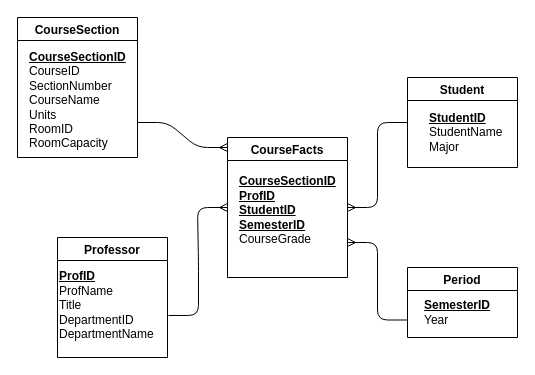
This is Star_schema.drawio from carlota-castro/DataManagement, a draw.io file, before an edit. Source tidied: cells renumbered, new cells numbered last; positions are measured from the earlier drawing's top-left corner, leaving out a move shared by most shapes. Both pictures are drawn from the tidied source at 100%, with x=0, y=0 at pixel (17, 17).
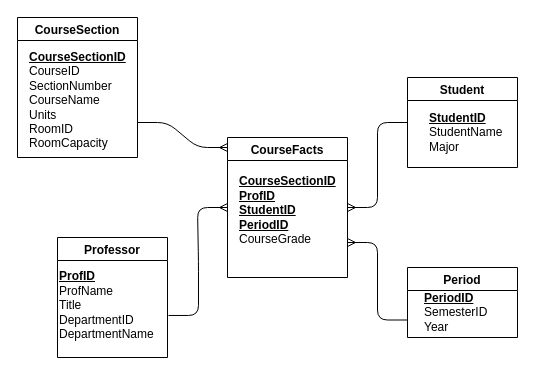
After the change.

The edit, as a diff of the source:
```diff
@@
 <mxGraphModel>
   <root>
     <mxCell id="0" />
     <mxCell id="1" parent="0" />
     <mxCell id="2" value="CourseSection" style="swimlane;" parent="1" vertex="1">
       <mxGeometry width="120" height="140" as="geometry" />
     </mxCell>
     <mxCell id="3" value="&lt;u style=&quot;font-weight: bold&quot;&gt;CourseSectionID&lt;/u&gt;&lt;br&gt;&lt;div&gt;CourseID&lt;/div&gt;&lt;div&gt;SectionNumber&lt;/div&gt;&lt;div&gt;CourseName&lt;/div&gt;&lt;div&gt;Units&lt;/div&gt;&lt;div&gt;RoomID&lt;/div&gt;&lt;div&gt;RoomCapacity&lt;/div&gt;&lt;div&gt;&lt;br&gt;&lt;/div&gt;" style="text;html=1;align=left;verticalAlign=middle;" parent="2" vertex="1">
       <mxGeometry x="10" y="30" width="110" height="120" as="geometry" />
     </mxCell>
     <mxCell id="4" value="Professor" style="swimlane;" parent="1" vertex="1">
       <mxGeometry x="40" y="220" width="110" height="120" as="geometry" />
     </mxCell>
     <mxCell id="5" value="&lt;u style=&quot;font-weight: bold&quot;&gt;ProfID&lt;/u&gt;&lt;br&gt;&lt;div&gt;ProfName&lt;/div&gt;&lt;div&gt;&lt;span&gt;Title&lt;/span&gt;&lt;/div&gt;&lt;div&gt;&lt;span&gt;DepartmentID&lt;/span&gt;&lt;/div&gt;&lt;div&gt;DepartmentName&lt;/div&gt;&lt;div&gt;&lt;br&gt;&lt;/div&gt;" style="text;html=1;align=left;verticalAlign=middle;points=[];" parent="4" vertex="1">
       <mxGeometry y="30" width="110" height="90" as="geometry" />
     </mxCell>
     <mxCell id="6" value="Student" style="swimlane;" parent="1" vertex="1">
       <mxGeometry x="390" y="60" width="110" height="90" as="geometry" />
     </mxCell>
     <mxCell id="7" value="&lt;u style=&quot;font-weight: bold&quot;&gt;StudentID&lt;/u&gt;&lt;br&gt;StudentName&lt;br&gt;Major" style="text;html=1;align=left;verticalAlign=middle;" parent="6" vertex="1">
       <mxGeometry x="20" y="30" width="90" height="50" as="geometry" />
     </mxCell>
     <mxCell id="8" value="Period" style="swimlane;" parent="1" vertex="1">
       <mxGeometry x="390" y="250" width="110" height="70" as="geometry" />
     </mxCell>
-    <mxCell id="9" value="&lt;u style=&quot;font-weight: bold&quot;&gt;SemesterID&lt;/u&gt;&lt;br&gt;Year" style="text;html=1;align=left;verticalAlign=middle;" parent="8" vertex="1">
-      <mxGeometry x="15" y="30" width="80" height="30" as="geometry" />
+    <mxCell id="9" value="&lt;u style=&quot;font-weight: bold&quot;&gt;PeriodID&lt;br&gt;&lt;/u&gt;SemesterID&lt;br&gt;Year" style="text;html=1;align=left;verticalAlign=middle;" parent="8" vertex="1">
+      <mxGeometry x="15" y="20" width="80" height="50" as="geometry" />
     </mxCell>
     <mxCell id="10" style="edgeStyle=entityRelationEdgeStyle;fontSize=12;html=1;endArrow=ERmany;entryX=0;entryY=0.5;entryDx=0;entryDy=0;exitX=1.009;exitY=0.533;exitDx=0;exitDy=0;exitPerimeter=0;" parent="1" edge="1" source="5" target="12">
       <mxGeometry relative="1" as="geometry" />
     </mxCell>
     <mxCell id="11" style="edgeStyle=entityRelationEdgeStyle;fontSize=12;html=1;endArrow=ERmany;exitX=1;exitY=0.75;exitDx=0;exitDy=0;" parent="1" edge="1" source="2">
       <mxGeometry relative="1" as="geometry">
         <mxPoint x="210" y="130" as="targetPoint" />
       </mxGeometry>
     </mxCell>
     <mxCell id="12" value="CourseFacts" style="swimlane;" parent="1" vertex="1">
       <mxGeometry x="210" y="120" width="120" height="140" as="geometry" />
     </mxCell>
-    <mxCell id="13" value="&lt;u style=&quot;font-weight: bold&quot;&gt;CourseSectionID&lt;br&gt;&lt;/u&gt;&lt;div&gt;&lt;b&gt;&lt;u&gt;ProfID&lt;/u&gt;&lt;/b&gt;&lt;/div&gt;&lt;div&gt;&lt;b&gt;&lt;u&gt;StudentID&lt;/u&gt;&lt;/b&gt;&lt;/div&gt;&lt;div&gt;&lt;b&gt;&lt;u&gt;SemesterID&lt;/u&gt;&lt;/b&gt;&lt;/div&gt;&lt;div&gt;CourseGrade&lt;/div&gt;&lt;div&gt;&lt;br&gt;&lt;/div&gt;" style="text;html=1;align=left;verticalAlign=middle;" parent="12" vertex="1">
+    <mxCell id="13" value="&lt;u style=&quot;font-weight: bold&quot;&gt;CourseSectionID&lt;br&gt;&lt;/u&gt;&lt;div&gt;&lt;b&gt;&lt;u&gt;ProfID&lt;/u&gt;&lt;/b&gt;&lt;/div&gt;&lt;div&gt;&lt;b&gt;&lt;u&gt;StudentID&lt;/u&gt;&lt;/b&gt;&lt;/div&gt;&lt;div&gt;&lt;b&gt;&lt;u&gt;PeriodID&lt;/u&gt;&lt;/b&gt;&lt;/div&gt;&lt;div&gt;CourseGrade&lt;/div&gt;&lt;div&gt;&lt;br&gt;&lt;/div&gt;" style="text;html=1;align=left;verticalAlign=middle;" parent="12" vertex="1">
       <mxGeometry x="10" y="35" width="110" height="90" as="geometry" />
     </mxCell>
     <mxCell id="14" style="edgeStyle=entityRelationEdgeStyle;fontSize=12;html=1;endArrow=ERmany;exitX=0;exitY=0.75;exitDx=0;exitDy=0;entryX=1;entryY=0.75;entryDx=0;entryDy=0;" parent="1" edge="1" source="8" target="12">
       <mxGeometry relative="1" as="geometry" />
     </mxCell>
     <mxCell id="15" style="edgeStyle=entityRelationEdgeStyle;fontSize=12;html=1;endArrow=ERmany;exitX=0;exitY=0.5;exitDx=0;exitDy=0;entryX=1;entryY=0.5;entryDx=0;entryDy=0;" parent="1" edge="1" source="6" target="12">
       <mxGeometry relative="1" as="geometry" />
     </mxCell>
   </root>
 </mxGraphModel>
```
